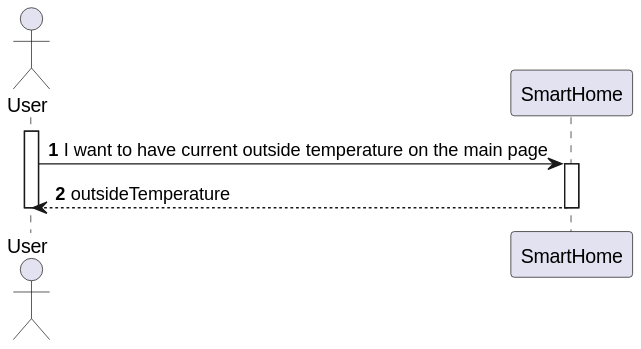
This is docs/C4_4plus1_models/Level1/ProcessView/ProcessViewLevel1_UC18_v1.svg from moutajDev/smarthome, a PlantUML export, as it was before one commit. Its diagram source:
```plantuml
@startuml
!pragma layout smetana

autonumber

actor "User" as User

participant SmartHome as SH

activate User

User -> SH : I want to have current outside temperature on the main page
activate SH


SH --> User : outsideTemperature
deactivate SH
deactivate User
@enduml
```
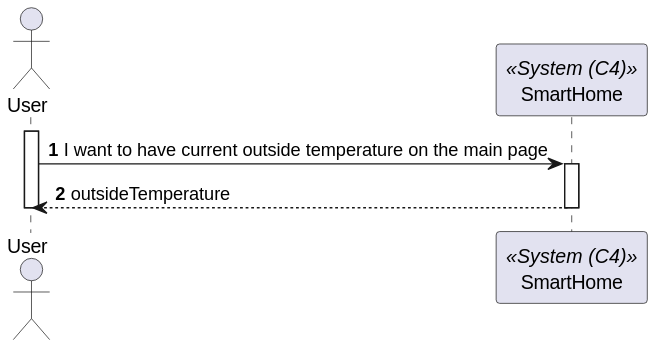
After the change.

What changed in the source:
```diff
@@ -5,7 +5,7 @@
 
 actor "User" as User
 
-participant SmartHome as SH
+participant SmartHome as SH<<System (C4)>>
 
 activate User
 
```
